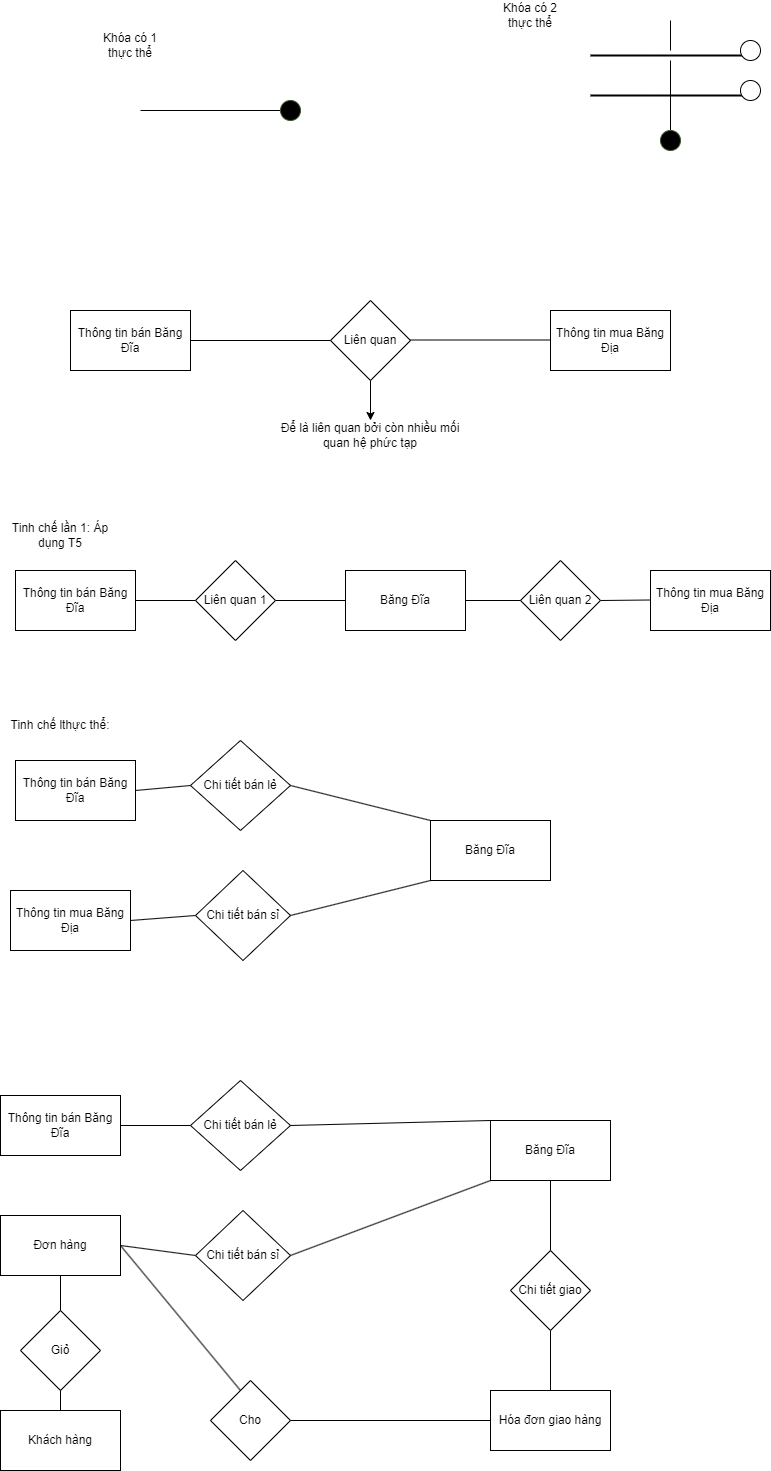
The draw.io diagram Khóa(Chương 2).png in datnham0212/learning, before a commit. Source tidied: cells renumbered, new cells last; positions are measured from the earlier drawing's top-left corner, leaving out a move shared by most shapes.
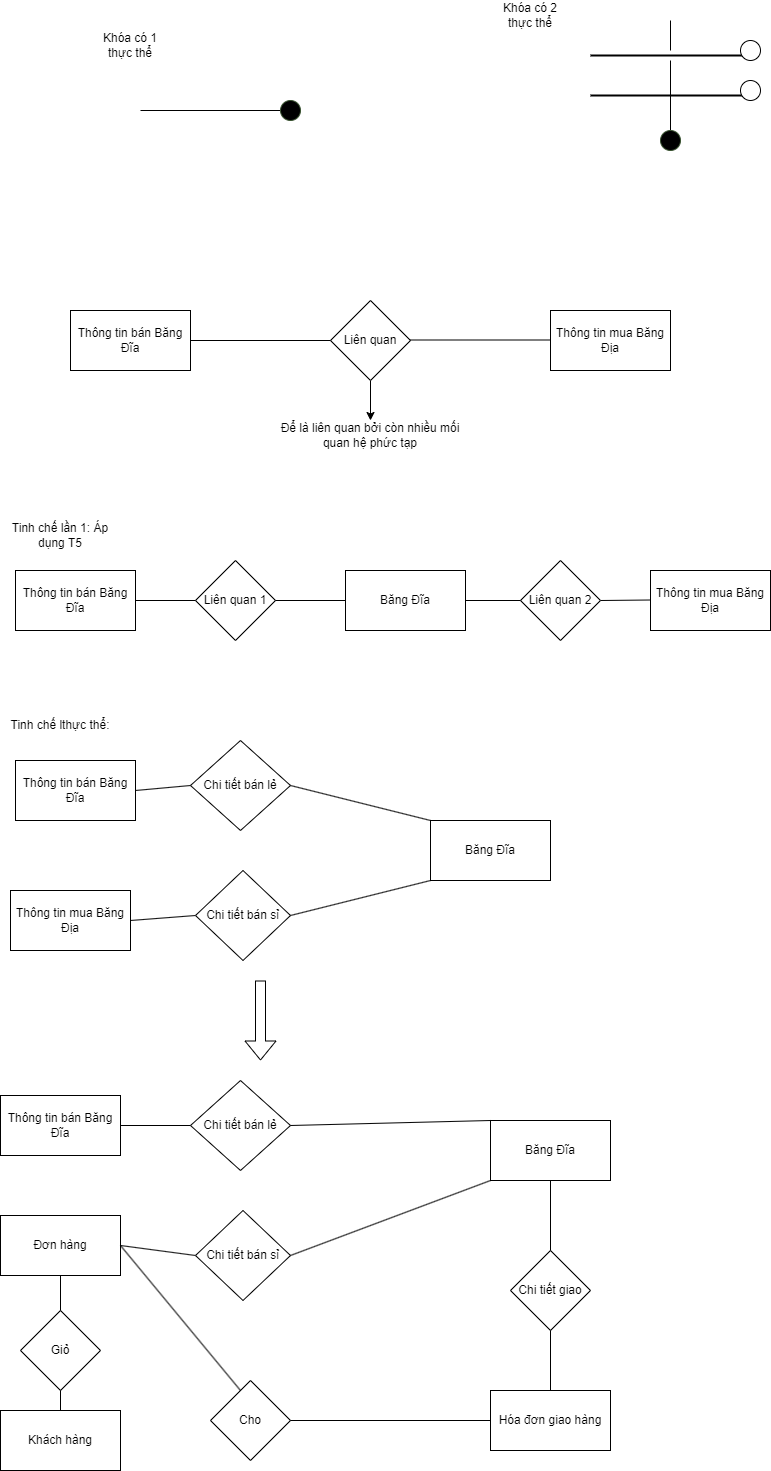
Later version of the same file.

Diff of the diagram source:
```diff
@@ -202,5 +202,11 @@
     <mxCell id="59" style="endArrow=none;html=1;rounded=0;entryX=0.5;entryY=1;entryDx=0;entryDy=0;exitX=0.5;exitY=0;exitDx=0;exitDy=0;" parent="1" edge="1" source="56" target="57">
       <mxGeometry relative="1" as="geometry" />
     </mxCell>
+    <mxCell id="60" style="shape=flexArrow;endArrow=classic;html=1;rounded=0;" parent="1" edge="1">
+      <mxGeometry relative="1" as="geometry">
+        <mxPoint x="260" y="980" as="sourcePoint" />
+        <mxPoint x="260" y="1060" as="targetPoint" />
+      </mxGeometry>
+    </mxCell>
   </root>
 </mxGraphModel>
```
